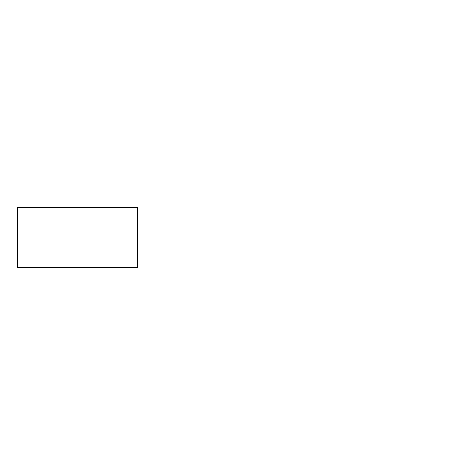
Earlier version of the draw.io diagram documents/Qi2 产品分析.drawio (mubaizi-z/croissantdesign.github.io). Source tidied: cells renumbered, new cells numbered last; positions are measured from the earlier drawing's top-left corner, leaving out a move shared by most shapes. Both pictures are drawn from the tidied source at 100%, with x=0, y=0 at pixel (17, 207).
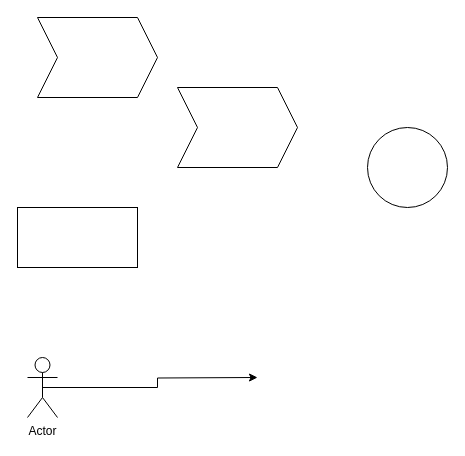
Above is the later version.

Commit message (it also covers changes not shown here):
更新Qi2 产品分析.drawio

Diff of the diagram source:
```diff
@@
 <mxGraphModel>
   <root>
     <mxCell id="0" />
     <mxCell id="1" parent="0" />
     <mxCell id="2" style="rounded=0;whiteSpace=wrap;html=1;" parent="1" vertex="1">
       <mxGeometry width="120" height="60" as="geometry" />
     </mxCell>
+    <mxCell id="3" style="ellipse;whiteSpace=wrap;html=1;" parent="1" vertex="1">
+      <mxGeometry x="350" y="-80" width="80" height="80" as="geometry" />
+    </mxCell>
+    <mxCell id="4" style="shape=step;perimeter=stepPerimeter;whiteSpace=wrap;html=1;fixedSize=1;" parent="1" vertex="1">
+      <mxGeometry x="160" y="-120" width="120" height="80" as="geometry" />
+    </mxCell>
+    <mxCell id="5" style="edgeStyle=orthogonalEdgeStyle;rounded=0;jettySize=auto;html=1;exitX=0.5;exitY=0.5;exitDx=0;exitDy=0;exitPerimeter=0;" parent="1" edge="1" source="6">
+      <mxGeometry relative="1" as="geometry">
+        <mxPoint x="240" y="170" as="targetPoint" />
+      </mxGeometry>
+    </mxCell>
+    <mxCell id="6" value="Actor" style="shape=umlActor;verticalLabelPosition=bottom;verticalAlign=top;html=1;outlineConnect=0;" parent="1" vertex="1">
+      <mxGeometry x="10" y="150" width="30" height="60" as="geometry" />
+    </mxCell>
+    <mxCell id="7" style="shape=step;perimeter=stepPerimeter;whiteSpace=wrap;html=1;fixedSize=1;" parent="1" vertex="1">
+      <mxGeometry x="20" y="-190" width="120" height="80" as="geometry" />
+    </mxCell>
   </root>
 </mxGraphModel>
```
